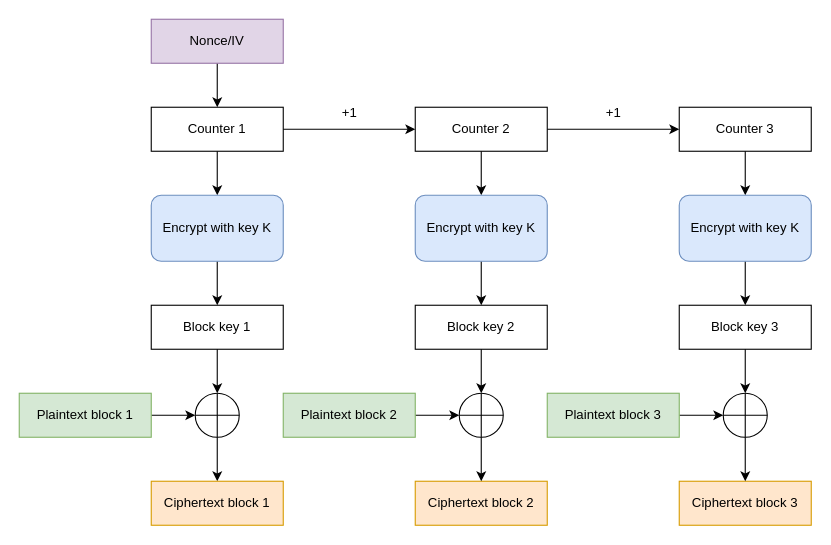
hecarson/linectf-2024-writeups keeps this draw.io diagram as haki-tako-game/images/gcm-simple.drawio. Above is the earlier version. Source tidied: cells renumbered, new cells numbered last; positions are measured from the earlier drawing's top-left corner, leaving out a move shared by most shapes. Both pictures are drawn from the tidied source at 110%, with x=0, y=0 at pixel (19, 19).
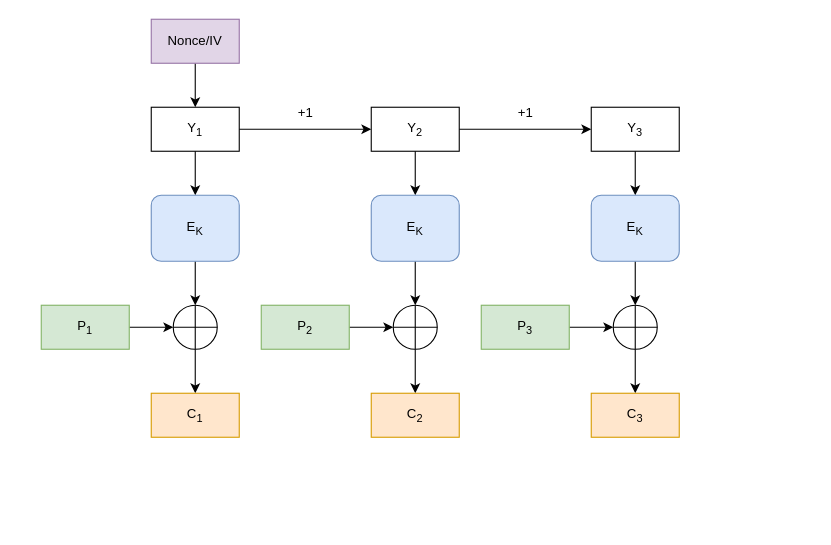
The same diagram, later.

The edit, as a diff of the source:
```diff
@@
     <mxCell id="3" value="Nonce/IV" style="rounded=0;whiteSpace=wrap;html=1;fillColor=#e1d5e7;strokeColor=#9673a6;" parent="1" vertex="1">
-      <mxGeometry x="120" width="120" height="40" as="geometry" />
+      <mxGeometry x="120" width="80" height="40" as="geometry" />
     </mxCell>
-    <mxCell id="4" style="edgeStyle=orthogonalEdgeStyle;rounded=0;jettySize=auto;html=1;exitX=0.5;exitY=1;exitDx=0;exitDy=0;entryX=0.5;entryY=0;entryDx=0;entryDy=0;" parent="1" edge="1" source="6">
-      <mxGeometry relative="1" as="geometry">
-        <mxPoint x="180" y="160" as="targetPoint" />
-      </mxGeometry>
+    <mxCell id="4" style="edgeStyle=orthogonalEdgeStyle;rounded=0;jettySize=auto;html=1;exitX=0.5;exitY=1;exitDx=0;exitDy=0;entryX=0.5;entryY=0;entryDx=0;entryDy=0;" parent="1" edge="1" source="6" target="14">
+      <mxGeometry relative="1" as="geometry" />
     </mxCell>
@@
-    <mxCell id="6" value="Counter 1" style="rounded=0;whiteSpace=wrap;html=1;fillColor=none;" parent="1" vertex="1">
-      <mxGeometry x="120" y="80" width="120" height="40" as="geometry" />
+    <mxCell id="6" value="Y&lt;sub&gt;1&lt;/sub&gt;" style="rounded=0;whiteSpace=wrap;html=1;fillColor=none;" parent="1" vertex="1">
+      <mxGeometry x="120" y="80" width="80" height="40" as="geometry" />
     </mxCell>
-    <mxCell id="7" style="edgeStyle=orthogonalEdgeStyle;rounded=0;jettySize=auto;html=1;exitX=0.5;exitY=1;exitDx=0;exitDy=0;entryX=0.5;entryY=0;entryDx=0;entryDy=0;" parent="1" edge="1" source="9">
-      <mxGeometry relative="1" as="geometry">
-        <mxPoint x="420" y="160" as="targetPoint" />
-      </mxGeometry>
-    </mxCell>
@@
+    <mxCell id="41" style="edgeStyle=orthogonalEdgeStyle;rounded=0;jettySize=auto;html=1;exitX=0.5;exitY=1;exitDx=0;exitDy=0;entryX=0.5;entryY=0;entryDx=0;entryDy=0;" parent="1" edge="1" source="9" target="49">
+      <mxGeometry relative="1" as="geometry" />
+    </mxCell>
-    <mxCell id="9" value="Counter 2" style="rounded=0;whiteSpace=wrap;html=1;fillColor=none;" parent="1" vertex="1">
-      <mxGeometry x="360" y="80" width="120" height="40" as="geometry" />
+    <mxCell id="9" value="Y&lt;sub&gt;2&lt;/sub&gt;" style="rounded=0;whiteSpace=wrap;html=1;fillColor=none;" parent="1" vertex="1">
+      <mxGeometry x="320" y="80" width="80" height="40" as="geometry" />
     </mxCell>
-    <mxCell id="10" style="edgeStyle=orthogonalEdgeStyle;rounded=0;jettySize=auto;html=1;exitX=0.5;exitY=1;exitDx=0;exitDy=0;entryX=0.5;entryY=0;entryDx=0;entryDy=0;" parent="1" edge="1" source="11">
-      <mxGeometry relative="1" as="geometry">
-        <mxPoint x="660" y="160" as="targetPoint" />
-      </mxGeometry>
-    </mxCell>
+    <mxCell id="42" style="edgeStyle=orthogonalEdgeStyle;rounded=0;jettySize=auto;html=1;exitX=0.5;exitY=1;exitDx=0;exitDy=0;entryX=0.5;entryY=0;entryDx=0;entryDy=0;" parent="1" edge="1" source="11" target="51">
+      <mxGeometry relative="1" as="geometry" />
+    </mxCell>
-    <mxCell id="11" value="Counter 3" style="rounded=0;whiteSpace=wrap;html=1;fillColor=none;" parent="1" vertex="1">
-      <mxGeometry x="600" y="80" width="120" height="40" as="geometry" />
+    <mxCell id="11" value="Y&lt;sub&gt;3&lt;/sub&gt;" style="rounded=0;whiteSpace=wrap;html=1;fillColor=none;" parent="1" vertex="1">
+      <mxGeometry x="520" y="80" width="80" height="40" as="geometry" />
     </mxCell>
     <mxCell id="12" value="+1" style="text;html=1;align=center;verticalAlign=middle;strokeColor=none;fillColor=none;" parent="1" vertex="1">
-      <mxGeometry x="280" y="70" width="40" height="30" as="geometry" />
+      <mxGeometry x="240" y="70" width="40" height="30" as="geometry" />
     </mxCell>
-    <mxCell id="13" style="edgeStyle=orthogonalEdgeStyle;rounded=0;jettySize=auto;html=1;exitX=0.5;exitY=1;exitDx=0;exitDy=0;entryX=0.5;entryY=0;entryDx=0;entryDy=0;" parent="1" edge="1" source="14" target="20">
-      <mxGeometry relative="1" as="geometry" />
-    </mxCell>
+    <mxCell id="43" style="edgeStyle=orthogonalEdgeStyle;rounded=0;jettySize=auto;html=1;exitX=0.5;exitY=1;exitDx=0;exitDy=0;entryX=0.5;entryY=0;entryDx=0;entryDy=0;" parent="1" edge="1" source="14" target="29">
+      <mxGeometry relative="1" as="geometry" />
+    </mxCell>
-    <mxCell id="14" value="Encrypt with key K" style="rounded=1;whiteSpace=wrap;html=1;fillColor=#dae8fc;strokeColor=#6c8ebf;" parent="1" vertex="1">
-      <mxGeometry x="120" y="160" width="120" height="60" as="geometry" />
+    <mxCell id="14" value="E&lt;sub&gt;K&lt;/sub&gt;" style="rounded=1;whiteSpace=wrap;html=1;fillColor=#dae8fc;strokeColor=#6c8ebf;" parent="1" vertex="1">
+      <mxGeometry x="120" y="160" width="80" height="60" as="geometry" />
     </mxCell>
-    <mxCell id="15" style="edgeStyle=orthogonalEdgeStyle;rounded=0;jettySize=auto;html=1;exitX=0.5;exitY=1;exitDx=0;exitDy=0;entryX=0.5;entryY=0;entryDx=0;entryDy=0;" parent="1" edge="1" source="16" target="22">
-      <mxGeometry relative="1" as="geometry" />
-    </mxCell>
-    <mxCell id="16" value="Encrypt with key K" style="rounded=1;whiteSpace=wrap;html=1;fillColor=#dae8fc;strokeColor=#6c8ebf;" parent="1" vertex="1">
-      <mxGeometry x="360" y="160" width="120" height="60" as="geometry" />
-    </mxCell>
-    <mxCell id="17" style="edgeStyle=orthogonalEdgeStyle;rounded=0;jettySize=auto;html=1;exitX=0.5;exitY=1;exitDx=0;exitDy=0;entryX=0.5;entryY=0;entryDx=0;entryDy=0;" parent="1" edge="1" source="18" target="24">
-      <mxGeometry relative="1" as="geometry" />
-    </mxCell>
-    <mxCell id="18" value="Encrypt with key K" style="rounded=1;whiteSpace=wrap;html=1;fillColor=#dae8fc;strokeColor=#6c8ebf;" parent="1" vertex="1">
-      <mxGeometry x="600" y="160" width="120" height="60" as="geometry" />
-    </mxCell>
-    <mxCell id="19" style="edgeStyle=orthogonalEdgeStyle;rounded=0;jettySize=auto;html=1;exitX=0.5;exitY=1;exitDx=0;exitDy=0;entryX=0.5;entryY=0;entryDx=0;entryDy=0;" parent="1" edge="1" source="20" target="29">
-      <mxGeometry relative="1" as="geometry" />
-    </mxCell>
-    <mxCell id="20" value="Block key 1" style="rounded=0;whiteSpace=wrap;html=1;fillColor=none;" parent="1" vertex="1">
-      <mxGeometry x="120" y="260" width="120" height="40" as="geometry" />
-    </mxCell>
-    <mxCell id="21" style="edgeStyle=orthogonalEdgeStyle;rounded=0;jettySize=auto;html=1;exitX=0.5;exitY=1;exitDx=0;exitDy=0;entryX=0.5;entryY=0;entryDx=0;entryDy=0;" parent="1" edge="1" source="22" target="38">
-      <mxGeometry relative="1" as="geometry" />
-    </mxCell>
-    <mxCell id="22" value="Block key 2" style="rounded=0;whiteSpace=wrap;html=1;fillColor=none;" parent="1" vertex="1">
-      <mxGeometry x="360" y="260" width="120" height="40" as="geometry" />
-    </mxCell>
-    <mxCell id="23" style="edgeStyle=orthogonalEdgeStyle;rounded=0;jettySize=auto;html=1;exitX=0.5;exitY=1;exitDx=0;exitDy=0;entryX=0.5;entryY=0;entryDx=0;entryDy=0;" parent="1" edge="1" source="24" target="40">
-      <mxGeometry relative="1" as="geometry" />
-    </mxCell>
-    <mxCell id="24" value="Block key 3" style="rounded=0;whiteSpace=wrap;html=1;fillColor=none;" parent="1" vertex="1">
-      <mxGeometry x="600" y="260" width="120" height="40" as="geometry" />
-    </mxCell>
     <mxCell id="25" value="+1" style="text;html=1;align=center;verticalAlign=middle;strokeColor=none;fillColor=none;" parent="1" vertex="1">
-      <mxGeometry x="520" y="70" width="40" height="30" as="geometry" />
+      <mxGeometry x="440" y="70" width="40" height="30" as="geometry" />
     </mxCell>
@@
-    <mxCell id="27" value="Plaintext block 1" style="rounded=0;whiteSpace=wrap;html=1;fillColor=#d5e8d4;strokeColor=#82b366;" parent="1" vertex="1">
-      <mxGeometry y="340" width="120" height="40" as="geometry" />
+    <mxCell id="27" value="P&lt;sub&gt;1&lt;/sub&gt;" style="rounded=0;whiteSpace=wrap;html=1;fillColor=#d5e8d4;strokeColor=#82b366;" parent="1" vertex="1">
+      <mxGeometry x="20" y="260" width="80" height="40" as="geometry" />
     </mxCell>
@@
     <mxCell id="29" style="shape=orEllipse;perimeter=ellipsePerimeter;whiteSpace=wrap;html=1;backgroundOutline=1;fillColor=none;" parent="1" vertex="1">
-      <mxGeometry x="160" y="340" width="40" height="40" as="geometry" />
+      <mxGeometry x="140" y="260" width="40" height="40" as="geometry" />
     </mxCell>
@@
-    <mxCell id="31" value="Plaintext block 2" style="rounded=0;whiteSpace=wrap;html=1;fillColor=#d5e8d4;strokeColor=#82b366;" parent="1" vertex="1">
-      <mxGeometry x="240" y="340" width="120" height="40" as="geometry" />
+    <mxCell id="31" value="P&lt;sub&gt;2&lt;/sub&gt;" style="rounded=0;whiteSpace=wrap;html=1;fillColor=#d5e8d4;strokeColor=#82b366;" parent="1" vertex="1">
+      <mxGeometry x="220" y="260" width="80" height="40" as="geometry" />
     </mxCell>
@@
-    <mxCell id="33" value="Plaintext block 3" style="rounded=0;whiteSpace=wrap;html=1;fillColor=#d5e8d4;strokeColor=#82b366;" parent="1" vertex="1">
-      <mxGeometry x="480" y="340" width="120" height="40" as="geometry" />
+    <mxCell id="33" value="P&lt;sub&gt;3&lt;/sub&gt;" style="rounded=0;whiteSpace=wrap;html=1;fillColor=#d5e8d4;strokeColor=#82b366;" parent="1" vertex="1">
+      <mxGeometry x="420" y="260" width="80" height="40" as="geometry" />
     </mxCell>
-    <mxCell id="34" value="Ciphertext block 1" style="rounded=0;whiteSpace=wrap;html=1;fillColor=#ffe6cc;strokeColor=#d79b00;" parent="1" vertex="1">
-      <mxGeometry x="120" y="420" width="120" height="40" as="geometry" />
+    <mxCell id="34" value="C&lt;sub&gt;1&lt;/sub&gt;" style="rounded=0;whiteSpace=wrap;html=1;fillColor=#ffe6cc;strokeColor=#d79b00;" parent="1" vertex="1">
+      <mxGeometry x="120" y="340" width="80" height="40" as="geometry" />
     </mxCell>
-    <mxCell id="35" value="Ciphertext block 2" style="rounded=0;whiteSpace=wrap;html=1;fillColor=#ffe6cc;strokeColor=#d79b00;" parent="1" vertex="1">
-      <mxGeometry x="360" y="420" width="120" height="40" as="geometry" />
-    </mxCell>
-    <mxCell id="36" value="Ciphertext block 3" style="rounded=0;whiteSpace=wrap;html=1;fillColor=#ffe6cc;strokeColor=#d79b00;" parent="1" vertex="1">
-      <mxGeometry x="600" y="420" width="120" height="40" as="geometry" />
-    </mxCell>
-    <mxCell id="37" style="edgeStyle=orthogonalEdgeStyle;rounded=0;jettySize=auto;html=1;exitX=0.5;exitY=1;exitDx=0;exitDy=0;entryX=0.5;entryY=0;entryDx=0;entryDy=0;" parent="1" edge="1" source="38" target="35">
-      <mxGeometry relative="1" as="geometry" />
-    </mxCell>
+    <mxCell id="44" style="edgeStyle=orthogonalEdgeStyle;rounded=0;jettySize=auto;html=1;exitX=0.5;exitY=1;exitDx=0;exitDy=0;entryX=0.5;entryY=0;entryDx=0;entryDy=0;" parent="1" edge="1" source="38" target="46">
+      <mxGeometry relative="1" as="geometry" />
+    </mxCell>
     <mxCell id="38" style="shape=orEllipse;perimeter=ellipsePerimeter;whiteSpace=wrap;html=1;backgroundOutline=1;fillColor=none;" parent="1" vertex="1">
-      <mxGeometry x="400" y="340" width="40" height="40" as="geometry" />
+      <mxGeometry x="340" y="260" width="40" height="40" as="geometry" />
     </mxCell>
-    <mxCell id="39" style="edgeStyle=orthogonalEdgeStyle;rounded=0;jettySize=auto;html=1;exitX=0.5;exitY=1;exitDx=0;exitDy=0;entryX=0.5;entryY=0;entryDx=0;entryDy=0;" parent="1" edge="1" source="40" target="36">
-      <mxGeometry relative="1" as="geometry" />
-    </mxCell>
+    <mxCell id="45" style="edgeStyle=orthogonalEdgeStyle;rounded=0;jettySize=auto;html=1;exitX=0.5;exitY=1;exitDx=0;exitDy=0;entryX=0.5;entryY=0;entryDx=0;entryDy=0;" parent="1" edge="1" source="40" target="47">
+      <mxGeometry relative="1" as="geometry" />
+    </mxCell>
     <mxCell id="40" style="shape=orEllipse;perimeter=ellipsePerimeter;whiteSpace=wrap;html=1;backgroundOutline=1;fillColor=none;" parent="1" vertex="1">
-      <mxGeometry x="640" y="340" width="40" height="40" as="geometry" />
+      <mxGeometry x="540" y="260" width="40" height="40" as="geometry" />
     </mxCell>
+    <mxCell id="46" value="C&lt;sub&gt;2&lt;/sub&gt;" style="rounded=0;whiteSpace=wrap;html=1;fillColor=#ffe6cc;strokeColor=#d79b00;" parent="1" vertex="1">
+      <mxGeometry x="320" y="340" width="80" height="40" as="geometry" />
+    </mxCell>
+    <mxCell id="47" value="C&lt;sub&gt;3&lt;/sub&gt;" style="rounded=0;whiteSpace=wrap;html=1;fillColor=#ffe6cc;strokeColor=#d79b00;" parent="1" vertex="1">
+      <mxGeometry x="520" y="340" width="80" height="40" as="geometry" />
+    </mxCell>
+    <mxCell id="48" style="edgeStyle=orthogonalEdgeStyle;rounded=0;jettySize=auto;html=1;exitX=0.5;exitY=1;exitDx=0;exitDy=0;entryX=0.5;entryY=0;entryDx=0;entryDy=0;" parent="1" edge="1" source="49" target="38">
+      <mxGeometry relative="1" as="geometry" />
+    </mxCell>
+    <mxCell id="49" value="E&lt;sub&gt;K&lt;/sub&gt;" style="rounded=1;whiteSpace=wrap;html=1;fillColor=#dae8fc;strokeColor=#6c8ebf;" parent="1" vertex="1">
+      <mxGeometry x="320" y="160" width="80" height="60" as="geometry" />
+    </mxCell>
+    <mxCell id="50" style="edgeStyle=orthogonalEdgeStyle;rounded=0;jettySize=auto;html=1;exitX=0.5;exitY=1;exitDx=0;exitDy=0;entryX=0.5;entryY=0;entryDx=0;entryDy=0;" parent="1" edge="1" source="51" target="40">
+      <mxGeometry relative="1" as="geometry" />
+    </mxCell>
+    <mxCell id="51" value="E&lt;sub&gt;K&lt;/sub&gt;" style="rounded=1;whiteSpace=wrap;html=1;fillColor=#dae8fc;strokeColor=#6c8ebf;" parent="1" vertex="1">
+      <mxGeometry x="520" y="160" width="80" height="60" as="geometry" />
+    </mxCell>
```
